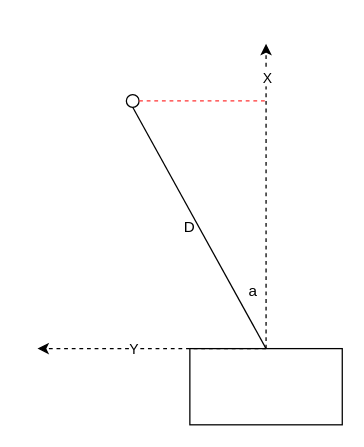
Earlier version of the draw.io diagram WorkSpace/ObjectTrack/UWB.drawio (mailonghua/drawio). Source tidied: cells renumbered, new cells numbered last; positions are measured from the earlier drawing's top-left corner, leaving out a move shared by most shapes. Both pictures are drawn from the tidied source at 127%, with x=0, y=0 at pixel (37, 43).
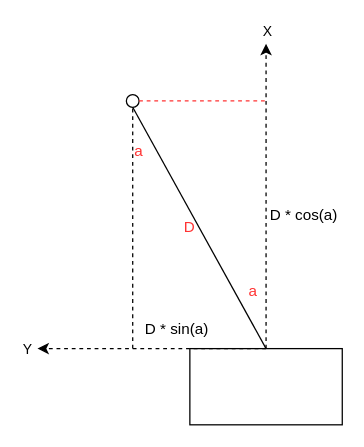
The same diagram, later.

Diff of the diagram source:
```diff
@@
 <mxGraphModel>
   <root>
     <mxCell id="0" />
     <mxCell id="1" parent="0" />
     <mxCell id="2" style="edgeStyle=none;rounded=0;jettySize=auto;html=1;exitX=0.5;exitY=0;exitDx=0;exitDy=0;entryX=0.5;entryY=1;entryDx=0;entryDy=0;endArrow=none;endFill=0;" parent="1" edge="1" source="3" target="4">
       <mxGeometry relative="1" as="geometry" />
     </mxCell>
     <mxCell id="3" style="rounded=0;whiteSpace=wrap;html=1;rotation=0;" parent="1" vertex="1">
       <mxGeometry x="120" y="240" width="120" height="60" as="geometry" />
     </mxCell>
     <mxCell id="4" style="ellipse;whiteSpace=wrap;html=1;" parent="1" vertex="1">
       <mxGeometry x="70" y="40" width="10" height="10" as="geometry" />
     </mxCell>
     <mxCell id="5" style="endArrow=classic;html=1;rounded=0;exitX=0.5;exitY=0;exitDx=0;exitDy=0;dashed=1;endFill=1;" parent="1" edge="1" source="3">
       <mxGeometry relative="1" as="geometry">
         <mxPoint x="180" as="targetPoint" />
       </mxGeometry>
     </mxCell>
     <mxCell id="6" value="X" style="edgeLabel;html=1;align=center;verticalAlign=middle;" parent="5" vertex="1">
-      <mxGeometry x="0.78" relative="1" as="geometry" />
+      <mxGeometry x="0.78" relative="1" as="geometry">
+        <mxPoint y="-37" as="offset" />
+      </mxGeometry>
     </mxCell>
     <mxCell id="7" style="endArrow=none;html=1;rounded=0;exitX=1;exitY=0.5;exitDx=0;exitDy=0;dashed=1;strokeColor=#FF3333;" parent="1" edge="1" source="4">
       <mxGeometry relative="1" as="geometry">
         <mxPoint x="180" y="45" as="targetPoint" />
       </mxGeometry>
     </mxCell>
-    <mxCell id="8" value="D" style="text;html=1;whiteSpace=wrap;strokeColor=none;fillColor=none;align=center;verticalAlign=middle;rounded=0;" parent="1" vertex="1">
+    <mxCell id="8" value="D" style="text;html=1;whiteSpace=wrap;strokeColor=none;fillColor=none;align=center;verticalAlign=middle;rounded=0;fontColor=#FF3333;" parent="1" vertex="1">
       <mxGeometry x="110" y="130" width="20" height="30" as="geometry" />
     </mxCell>
-    <mxCell id="9" value="a" style="text;html=1;whiteSpace=wrap;strokeColor=none;fillColor=none;align=center;verticalAlign=middle;rounded=0;" parent="1" vertex="1">
+    <mxCell id="9" value="a" style="text;html=1;whiteSpace=wrap;strokeColor=none;fillColor=none;align=center;verticalAlign=middle;rounded=0;fontColor=#FF3333;" parent="1" vertex="1">
       <mxGeometry x="160" y="180" width="20" height="30" as="geometry" />
     </mxCell>
     <mxCell id="10" style="endArrow=classic;html=1;rounded=0;exitX=0.5;exitY=0;exitDx=0;exitDy=0;dashed=1;" parent="1" edge="1" source="3">
       <mxGeometry relative="1" as="geometry">
         <mxPoint y="240" as="targetPoint" />
       </mxGeometry>
     </mxCell>
     <mxCell id="11" value="Y" style="edgeLabel;html=1;align=center;verticalAlign=middle;" parent="10" vertex="1">
-      <mxGeometry x="0.17" relative="1" as="geometry" />
+      <mxGeometry x="0.17" relative="1" as="geometry">
+        <mxPoint x="-84" as="offset" />
+      </mxGeometry>
     </mxCell>
+    <mxCell id="12" value="D * cos(a)" style="text;html=1;whiteSpace=wrap;strokeColor=none;fillColor=none;align=center;verticalAlign=middle;rounded=0;" parent="1" vertex="1">
+      <mxGeometry x="180" y="120" width="60" height="30" as="geometry" />
+    </mxCell>
+    <mxCell id="13" style="endArrow=none;html=1;rounded=0;entryX=0.5;entryY=1;entryDx=0;entryDy=0;dashed=1;" parent="1" edge="1" target="4">
+      <mxGeometry relative="1" as="geometry">
+        <mxPoint x="75" y="240" as="sourcePoint" />
+      </mxGeometry>
+    </mxCell>
+    <mxCell id="14" value="a" style="text;html=1;whiteSpace=wrap;strokeColor=none;fillColor=none;align=center;verticalAlign=middle;rounded=0;fontColor=#FF3333;" parent="1" vertex="1">
+      <mxGeometry x="70" y="70" width="20" height="30" as="geometry" />
+    </mxCell>
+    <mxCell id="15" value="D * sin(a)" style="text;html=1;whiteSpace=wrap;strokeColor=none;fillColor=none;align=center;verticalAlign=middle;rounded=0;" parent="1" vertex="1">
+      <mxGeometry x="80" y="210" width="60" height="30" as="geometry" />
+    </mxCell>
   </root>
 </mxGraphModel>
```
